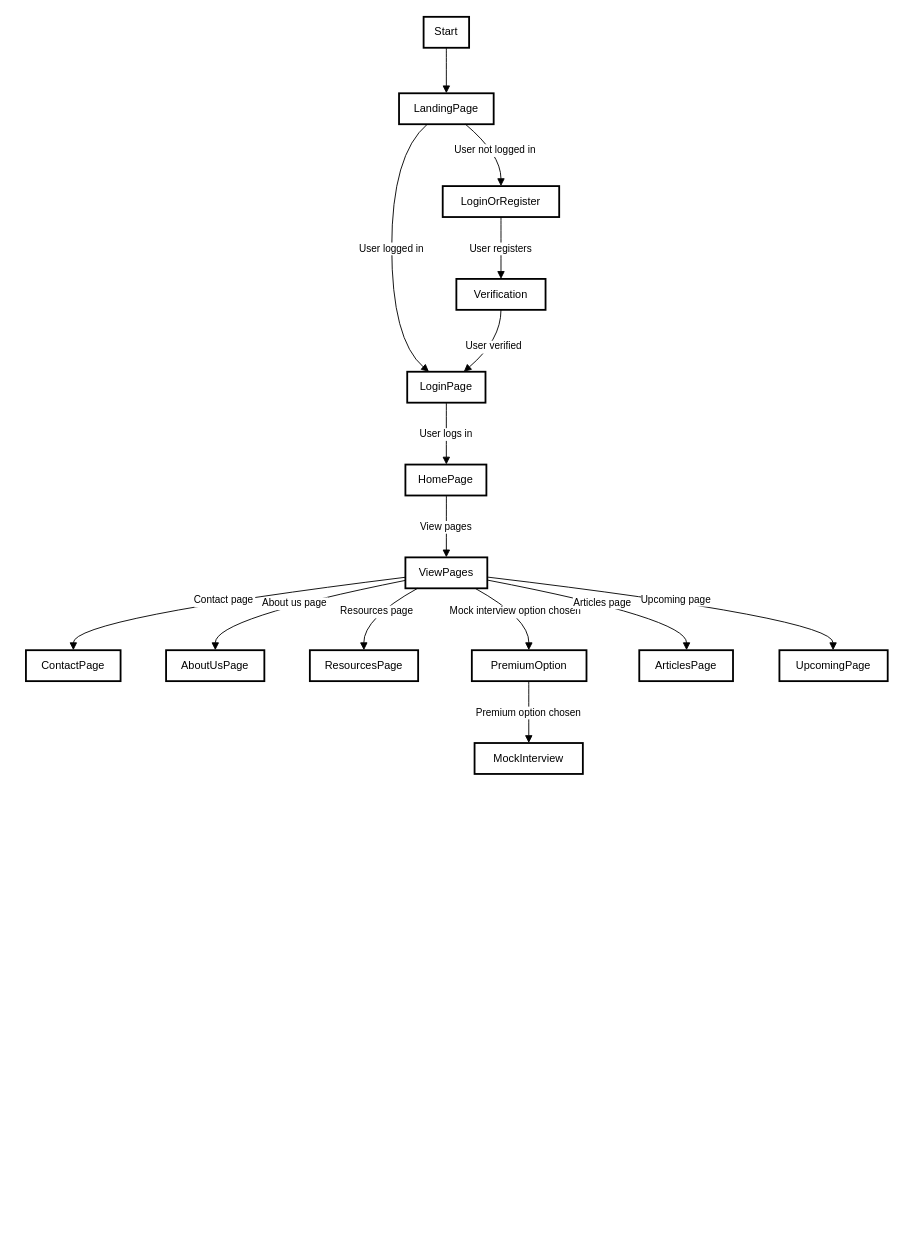
Before: Untitled Diagram.drawio in harshded/Diagrams, a draw.io diagram. Source tidied: cells renumbered, new cells numbered last; positions are measured from the earlier drawing's top-left corner, leaving out a move shared by most shapes. Both pictures are drawn from the tidied source at 91%, with x=0, y=0 at pixel (25, 16).
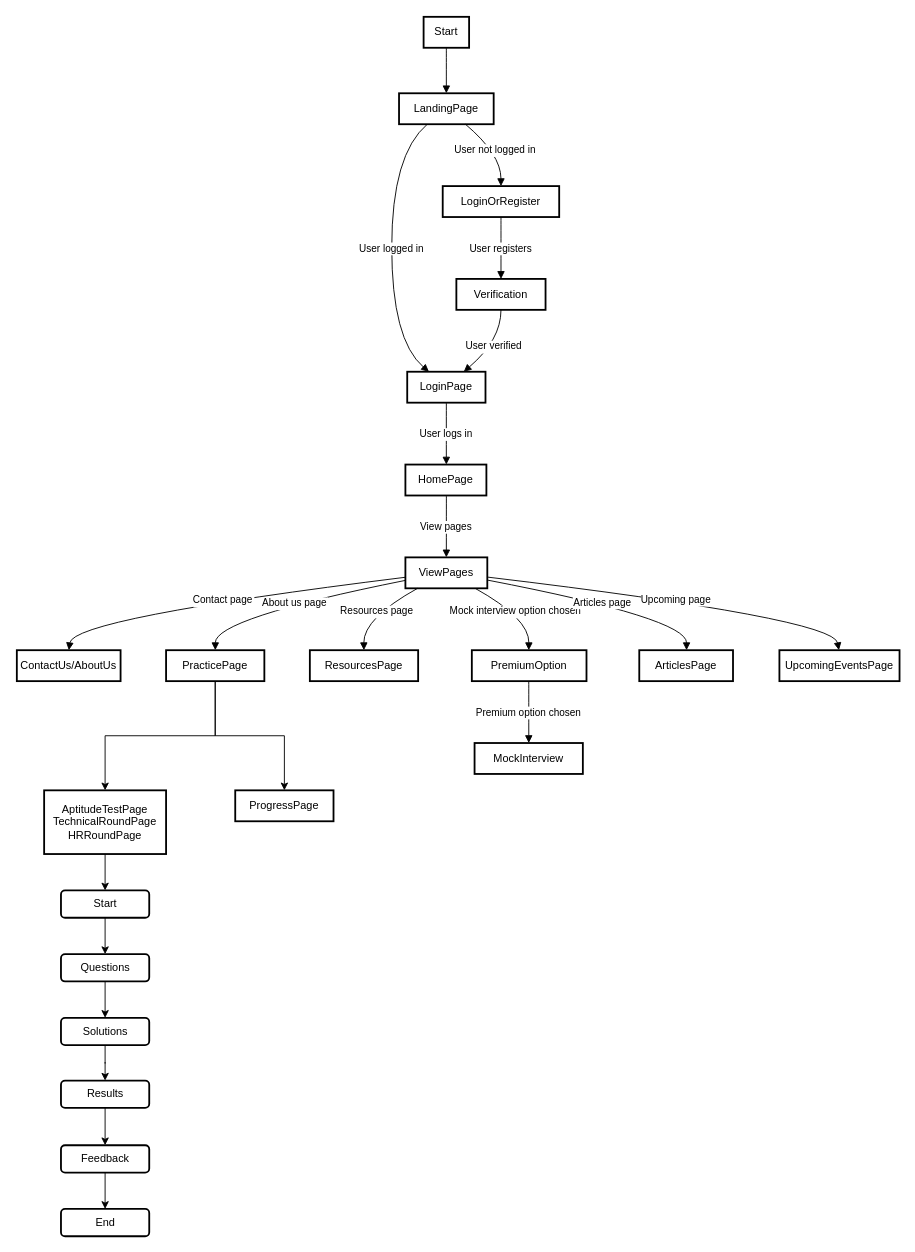
Above is the later version.

Change to the diagram source:
```diff
@@
-    <mxCell id="9" value="ContactPage" style="whiteSpace=wrap;strokeWidth=2;" parent="1" vertex="1">
-      <mxGeometry y="696" width="104" height="34" as="geometry" />
+    <mxCell id="9" value="ContactUs/AboutUs" style="whiteSpace=wrap;strokeWidth=2;" parent="1" vertex="1">
+      <mxGeometry x="-10" y="696" width="114" height="34" as="geometry" />
     </mxCell>
+    <mxCell id="30" style="edgeStyle=orthogonalEdgeStyle;rounded=0;jettySize=auto;html=1;" parent="1" edge="1" source="10" target="33">
+      <mxGeometry relative="1" as="geometry" />
+    </mxCell>
+    <mxCell id="31" style="edgeStyle=orthogonalEdgeStyle;rounded=0;jettySize=auto;html=1;" parent="1" edge="1" source="10" target="34">
+      <mxGeometry relative="1" as="geometry" />
+    </mxCell>
-    <mxCell id="10" value="AboutUsPage" style="whiteSpace=wrap;strokeWidth=2;" parent="1" vertex="1">
+    <mxCell id="10" value="PracticePage" style="whiteSpace=wrap;strokeWidth=2;" parent="1" vertex="1">
       <mxGeometry x="154" y="696" width="108" height="34" as="geometry" />
     </mxCell>
@@
-    <mxCell id="15" value="UpcomingPage" style="whiteSpace=wrap;strokeWidth=2;" parent="1" vertex="1">
-      <mxGeometry x="828" y="696" width="119" height="34" as="geometry" />
+    <mxCell id="15" value="UpcomingEventsPage" style="whiteSpace=wrap;strokeWidth=2;" parent="1" vertex="1">
+      <mxGeometry x="828" y="696" width="132" height="34" as="geometry" />
     </mxCell>
@@
+    <mxCell id="32" style="edgeStyle=orthogonalEdgeStyle;rounded=0;jettySize=auto;html=1;" parent="1" edge="1" source="33" target="36">
+      <mxGeometry relative="1" as="geometry" />
+    </mxCell>
+    <mxCell id="33" value="AptitudeTestPage&#10;TechnicalRoundPage&#10;HRRoundPage" style="whiteSpace=wrap;strokeWidth=2;" parent="1" vertex="1">
+      <mxGeometry x="20" y="850" width="134" height="70" as="geometry" />
+    </mxCell>
+    <mxCell id="34" value="ProgressPage" style="whiteSpace=wrap;strokeWidth=2;" parent="1" vertex="1">
+      <mxGeometry x="230" y="850" width="108" height="34" as="geometry" />
+    </mxCell>
+    <mxCell id="35" style="edgeStyle=orthogonalEdgeStyle;rounded=0;jettySize=auto;html=1;" parent="1" edge="1" source="36" target="38">
+      <mxGeometry relative="1" as="geometry" />
+    </mxCell>
+    <mxCell id="36" value="Start" style="rounded=1;whiteSpace=wrap;html=1;strokeWidth=2;" parent="1" vertex="1">
+      <mxGeometry x="38.5" y="960" width="97" height="30" as="geometry" />
+    </mxCell>
+    <mxCell id="37" style="edgeStyle=orthogonalEdgeStyle;rounded=0;jettySize=auto;html=1;" parent="1" edge="1" source="38" target="40">
+      <mxGeometry relative="1" as="geometry" />
+    </mxCell>
+    <mxCell id="38" value="Questions" style="rounded=1;whiteSpace=wrap;html=1;strokeWidth=2;" parent="1" vertex="1">
+      <mxGeometry x="38.5" y="1030" width="97" height="30" as="geometry" />
+    </mxCell>
+    <mxCell id="39" style="edgeStyle=orthogonalEdgeStyle;rounded=0;jettySize=auto;html=1;" parent="1" edge="1" source="40" target="42">
+      <mxGeometry relative="1" as="geometry" />
+    </mxCell>
+    <mxCell id="40" value="Solutions" style="rounded=1;whiteSpace=wrap;html=1;strokeWidth=2;" parent="1" vertex="1">
+      <mxGeometry x="38.5" y="1100" width="97" height="30" as="geometry" />
+    </mxCell>
+    <mxCell id="41" style="edgeStyle=orthogonalEdgeStyle;rounded=0;jettySize=auto;html=1;" parent="1" edge="1" source="42" target="44">
+      <mxGeometry relative="1" as="geometry" />
+    </mxCell>
+    <mxCell id="42" value="Results" style="rounded=1;whiteSpace=wrap;html=1;strokeWidth=2;" parent="1" vertex="1">
+      <mxGeometry x="38.5" y="1169" width="97" height="30" as="geometry" />
+    </mxCell>
+    <mxCell id="43" style="edgeStyle=orthogonalEdgeStyle;rounded=0;jettySize=auto;html=1;" parent="1" edge="1" source="44" target="45">
+      <mxGeometry relative="1" as="geometry" />
+    </mxCell>
+    <mxCell id="44" value="Feedback" style="rounded=1;whiteSpace=wrap;html=1;strokeWidth=2;" parent="1" vertex="1">
+      <mxGeometry x="38.5" y="1240" width="97" height="30" as="geometry" />
+    </mxCell>
+    <mxCell id="45" value="End" style="rounded=1;whiteSpace=wrap;html=1;strokeWidth=2;" parent="1" vertex="1">
+      <mxGeometry x="38.5" y="1310" width="97" height="30" as="geometry" />
+    </mxCell>
```
